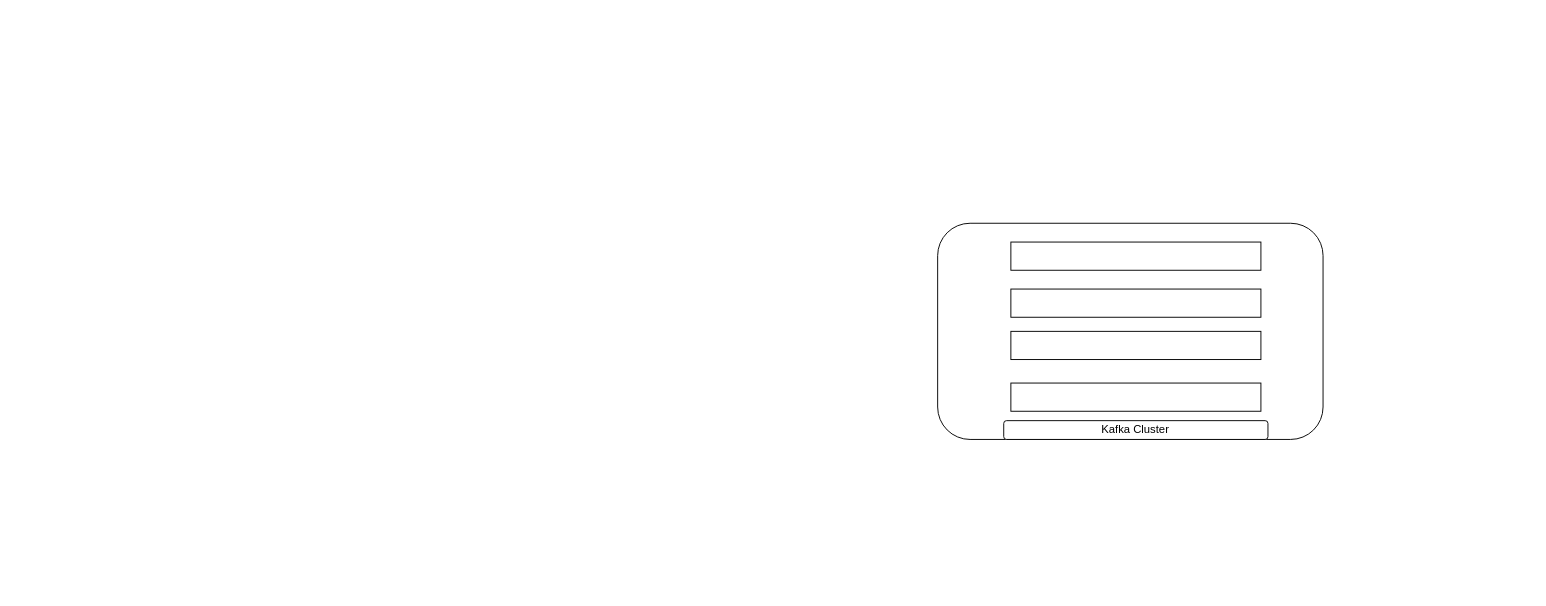
Earlier version of the draw.io diagram Untitled Diagram.drawio (arjunchd04/Diagram). Source tidied: cells renumbered, new cells numbered last; positions are measured from the earlier drawing's top-left corner, leaving out a move shared by most shapes. Both pictures are drawn from the tidied source at 94%, with x=0, y=0 at pixel (937, 223).
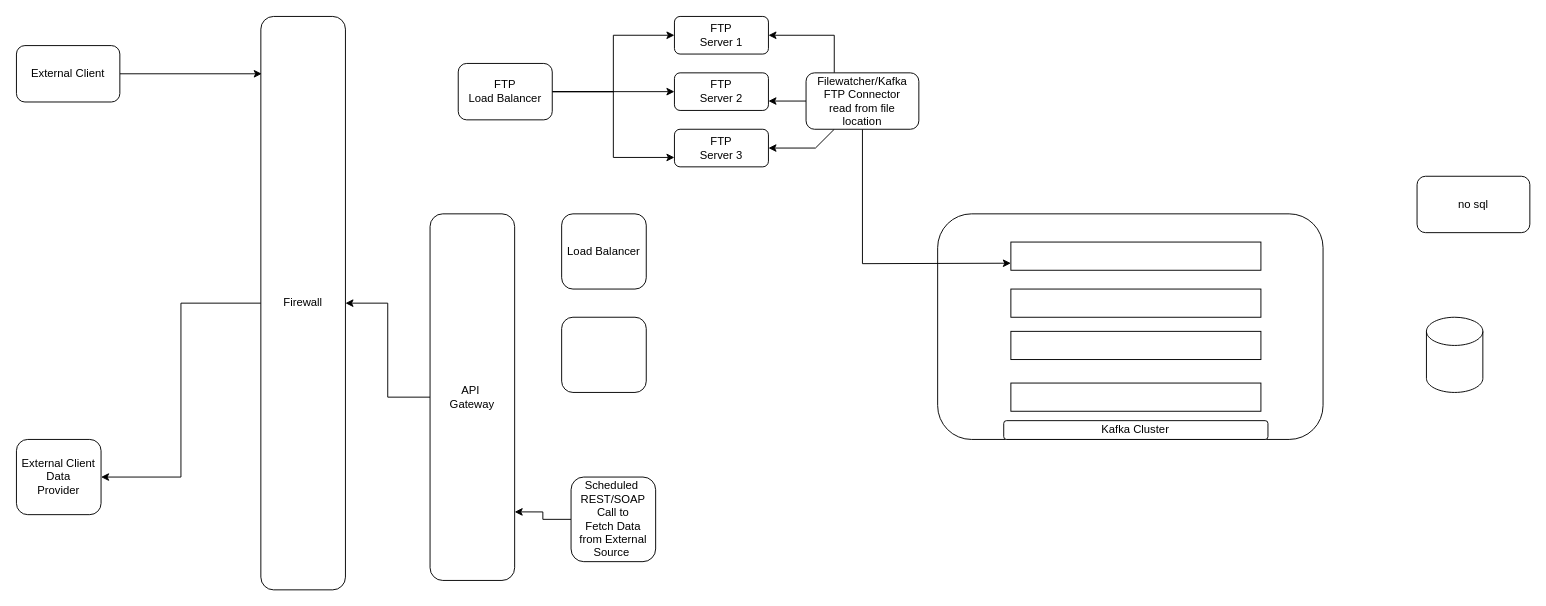
The same diagram, later.

Unchanged cells that the change refers to:
```xml
<mxCell id="2" style="group;" parent="1" vertex="1">
  <mxGeometry y="30" width="410" height="200" as="geometry" />
</mxCell>
<mxCell id="5" style="rounded=0;whiteSpace=wrap;html=1;" parent="2" vertex="1">
  <mxGeometry x="77.9" y="-10" width="266" height="30" as="geometry" />
</mxCell>
```

Diff of the diagram source:
```diff
@@
     <mxCell id="3" value="&lt;div style=&quot;text-align: justify&quot;&gt;&lt;br&gt;&lt;/div&gt;" style="rounded=1;whiteSpace=wrap;html=1;align=center;" parent="2" vertex="1">
-      <mxGeometry y="-30" width="410" height="230" as="geometry" />
+      <mxGeometry y="-40" width="410" height="240" as="geometry" />
     </mxCell>
@@
+    <mxCell id="9" style="edgeStyle=orthogonalEdgeStyle;rounded=0;jettySize=auto;html=1;" parent="1" edge="1" source="10" target="13">
+      <mxGeometry relative="1" as="geometry" />
+    </mxCell>
+    <mxCell id="10" value="API&amp;nbsp;&lt;br&gt;Gateway" style="rounded=1;whiteSpace=wrap;html=1;" parent="1" vertex="1">
+      <mxGeometry x="-540" y="-10" width="90" height="390" as="geometry" />
+    </mxCell>
+    <mxCell id="11" value="Load Balancer" style="rounded=1;whiteSpace=wrap;html=1;" parent="1" vertex="1">
+      <mxGeometry x="-400" y="-10" width="90" height="80" as="geometry" />
+    </mxCell>
+    <mxCell id="12" style="edgeStyle=orthogonalEdgeStyle;rounded=0;jettySize=auto;html=1;entryX=1;entryY=0.5;entryDx=0;entryDy=0;" parent="1" edge="1" source="13" target="18">
+      <mxGeometry relative="1" as="geometry" />
+    </mxCell>
+    <mxCell id="13" value="Firewall" style="rounded=1;whiteSpace=wrap;html=1;" parent="1" vertex="1">
+      <mxGeometry x="-720" y="-220" width="90" height="610" as="geometry" />
+    </mxCell>
+    <mxCell id="14" value="no sql" style="rounded=1;whiteSpace=wrap;html=1;" parent="1" vertex="1">
+      <mxGeometry x="510" y="-50" width="120" height="60" as="geometry" />
+    </mxCell>
+    <mxCell id="15" style="shape=cylinder3;whiteSpace=wrap;html=1;boundedLbl=1;backgroundOutline=1;size=15;" parent="1" vertex="1">
+      <mxGeometry x="520" y="100" width="60" height="80" as="geometry" />
+    </mxCell>
+    <mxCell id="16" style="edgeStyle=orthogonalEdgeStyle;rounded=0;jettySize=auto;html=1;exitX=0;exitY=0.5;exitDx=0;exitDy=0;entryX=1;entryY=0.813;entryDx=0;entryDy=0;entryPerimeter=0;" parent="1" edge="1" source="17" target="10">
+      <mxGeometry relative="1" as="geometry" />
+    </mxCell>
+    <mxCell id="17" value="Scheduled&amp;nbsp;&lt;br&gt;REST/SOAP&lt;br&gt;Call to&lt;br&gt;Fetch Data&lt;br&gt;from External&lt;br&gt;Source&amp;nbsp;" style="rounded=1;whiteSpace=wrap;html=1;" parent="1" vertex="1">
+      <mxGeometry x="-390" y="270" width="90" height="90" as="geometry" />
+    </mxCell>
+    <mxCell id="18" value="External Client&lt;br&gt;Data&lt;br&gt;Provider" style="rounded=1;whiteSpace=wrap;html=1;" parent="1" vertex="1">
+      <mxGeometry x="-980" y="230" width="90" height="80" as="geometry" />
+    </mxCell>
+    <mxCell id="19" style="rounded=1;whiteSpace=wrap;html=1;" parent="1" vertex="1">
+      <mxGeometry x="-400" y="100" width="90" height="80" as="geometry" />
+    </mxCell>
+    <mxCell id="20" style="edgeStyle=orthogonalEdgeStyle;rounded=0;jettySize=auto;html=1;entryX=0.011;entryY=0.1;entryDx=0;entryDy=0;entryPerimeter=0;" parent="1" edge="1" source="21" target="13">
+      <mxGeometry relative="1" as="geometry" />
+    </mxCell>
+    <mxCell id="21" value="External Client" style="rounded=1;whiteSpace=wrap;html=1;" parent="1" vertex="1">
+      <mxGeometry x="-980" y="-189" width="110" height="60" as="geometry" />
+    </mxCell>
+    <mxCell id="22" style="edgeStyle=orthogonalEdgeStyle;rounded=0;jettySize=auto;html=1;entryX=0;entryY=0.5;entryDx=0;entryDy=0;" parent="1" edge="1" source="25" target="29">
+      <mxGeometry relative="1" as="geometry" />
+    </mxCell>
+    <mxCell id="23" style="edgeStyle=orthogonalEdgeStyle;rounded=0;jettySize=auto;html=1;entryX=0;entryY=0.75;entryDx=0;entryDy=0;" parent="1" edge="1" source="25" target="27">
+      <mxGeometry relative="1" as="geometry" />
+    </mxCell>
+    <mxCell id="24" style="edgeStyle=orthogonalEdgeStyle;rounded=0;jettySize=auto;html=1;entryX=0;entryY=0.5;entryDx=0;entryDy=0;" parent="1" edge="1" source="25" target="28">
+      <mxGeometry relative="1" as="geometry" />
+    </mxCell>
+    <mxCell id="25" value="FTP&lt;br&gt;Load Balancer" style="rounded=1;whiteSpace=wrap;html=1;" parent="1" vertex="1">
+      <mxGeometry x="-510" y="-170" width="100" height="60" as="geometry" />
+    </mxCell>
+    <mxCell id="26" style="group;" parent="1" vertex="1">
+      <mxGeometry x="-280" y="-220" width="100" height="160" as="geometry" />
+    </mxCell>
+    <mxCell id="27" value="FTP&lt;br&gt;Server 3" style="rounded=1;whiteSpace=wrap;html=1;" parent="26" vertex="1">
+      <mxGeometry y="120" width="100" height="40" as="geometry" />
+    </mxCell>
+    <mxCell id="28" value="FTP&lt;br&gt;Server 2" style="rounded=1;whiteSpace=wrap;html=1;" parent="26" vertex="1">
+      <mxGeometry y="60" width="100" height="40" as="geometry" />
+    </mxCell>
+    <mxCell id="29" value="FTP&lt;br&gt;Server 1" style="rounded=1;whiteSpace=wrap;html=1;" parent="26" vertex="1">
+      <mxGeometry width="100" height="40" as="geometry" />
+    </mxCell>
+    <mxCell id="30" style="edgeStyle=none;rounded=0;jettySize=auto;html=1;entryX=0;entryY=0.75;entryDx=0;entryDy=0;" parent="1" edge="1" source="34" target="5">
+      <mxGeometry relative="1" as="geometry">
+        <Array as="points">
+          <mxPoint x="-80" y="43" />
+        </Array>
+      </mxGeometry>
+    </mxCell>
+    <mxCell id="31" style="edgeStyle=none;rounded=0;jettySize=auto;html=1;entryX=1;entryY=0.5;entryDx=0;entryDy=0;exitX=0.25;exitY=0;exitDx=0;exitDy=0;" parent="1" edge="1" source="34" target="29">
+      <mxGeometry relative="1" as="geometry">
+        <Array as="points">
+          <mxPoint x="-110" y="-200" />
+        </Array>
+      </mxGeometry>
+    </mxCell>
+    <mxCell id="32" style="edgeStyle=none;rounded=0;jettySize=auto;html=1;entryX=1;entryY=0.75;entryDx=0;entryDy=0;" parent="1" edge="1" source="34" target="28">
+      <mxGeometry relative="1" as="geometry" />
+    </mxCell>
+    <mxCell id="33" style="edgeStyle=none;rounded=0;jettySize=auto;html=1;entryX=1;entryY=0.5;entryDx=0;entryDy=0;" parent="1" edge="1" source="34" target="27">
+      <mxGeometry relative="1" as="geometry">
+        <Array as="points">
+          <mxPoint x="-130" y="-80" />
+        </Array>
+      </mxGeometry>
+    </mxCell>
+    <mxCell id="34" value="Filewatcher/Kafka&lt;br&gt;FTP Connector&lt;br&gt;read from file&lt;br&gt;location" style="rounded=1;whiteSpace=wrap;html=1;" parent="1" vertex="1">
+      <mxGeometry x="-140" y="-160" width="120" height="60" as="geometry" />
+    </mxCell>
```
